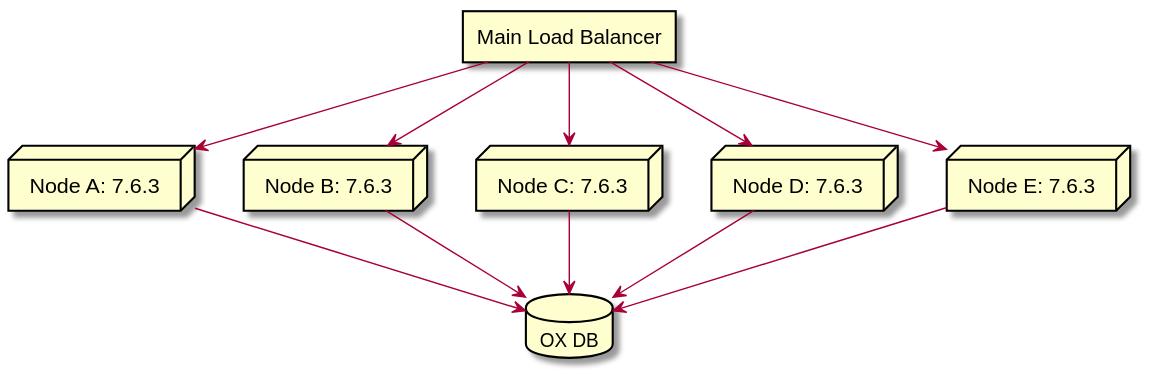
This is documentation/components/upgrade_without_downtimes/mw-784-0.svg from open-xchange/appsuite-middleware, a PlantUML export, as it was before one commit.
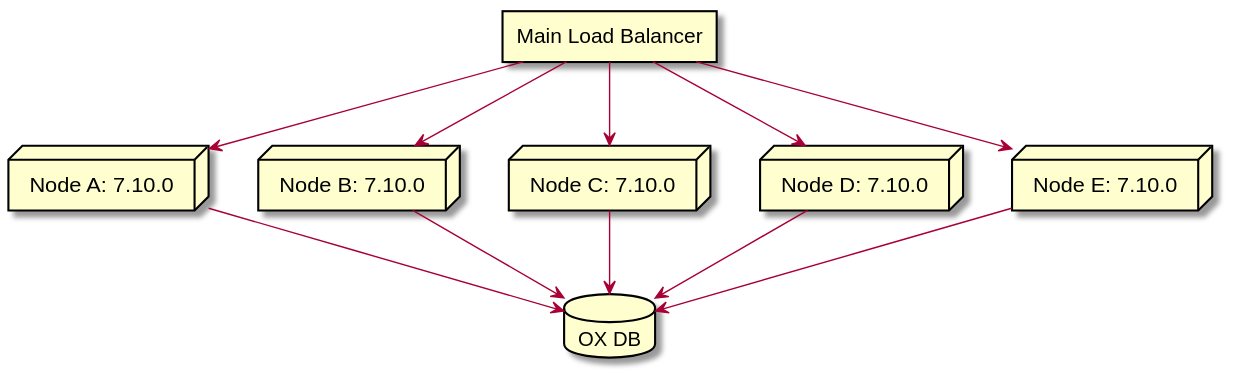
After the change.

Change to the diagram source:
```diff
@@ -1,24 +1,24 @@
 @startuml
 rectangle "Main Load Balancer"
 
-node "Node A: 7.6.3"
-node "Node B: 7.6.3"
-node "Node C: 7.6.3"
-node "Node D: 7.6.3"
-node "Node E: 7.6.3"
+node "Node A: 7.10.0"
+node "Node B: 7.10.0"
+node "Node C: 7.10.0"
+node "Node D: 7.10.0"
+node "Node E: 7.10.0"
 
 database "OX DB"
 
-[Main Load Balancer] --> [Node A: 7.6.3]
-[Main Load Balancer] --> [Node B: 7.6.3]
-[Main Load Balancer] --> [Node C: 7.6.3]
-[Main Load Balancer] --> [Node D: 7.6.3]
-[Main Load Balancer] --> [Node E: 7.6.3]
+[Main Load Balancer] --> [Node A: 7.10.0]
+[Main Load Balancer] --> [Node B: 7.10.0]
+[Main Load Balancer] --> [Node C: 7.10.0]
+[Main Load Balancer] --> [Node D: 7.10.0]
+[Main Load Balancer] --> [Node E: 7.10.0]
 
-[Node A: 7.6.3] --> [OX DB]
-[Node B: 7.6.3] --> [OX DB]
-[Node C: 7.6.3] --> [OX DB]
-[Node D: 7.6.3] --> [OX DB]
-[Node E: 7.6.3] --> [OX DB]
+[Node A: 7.10.0] --> [OX DB]
+[Node B: 7.10.0] --> [OX DB]
+[Node C: 7.10.0] --> [OX DB]
+[Node D: 7.10.0] --> [OX DB]
+[Node E: 7.10.0] --> [OX DB]
 
 @enduml
```
